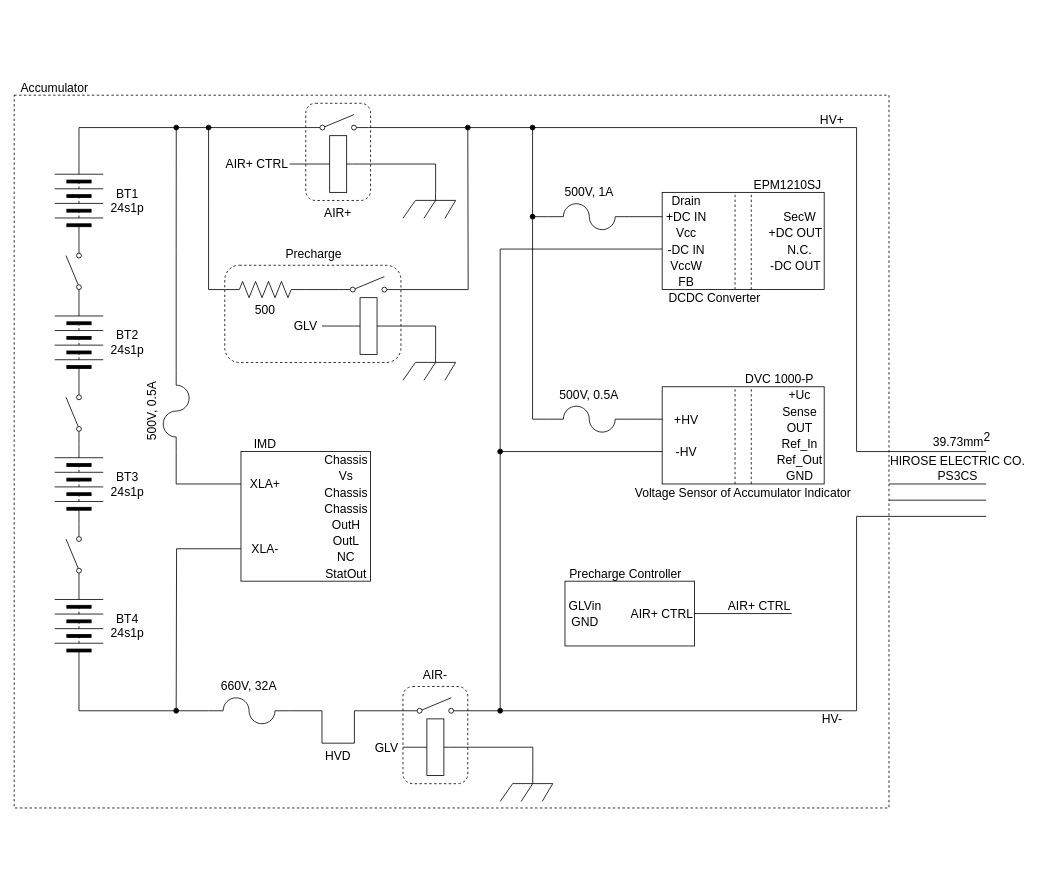
Earlier version of the draw.io diagram page "AccumulatorTSCircuit" (3 of 6) of EVCircuit.drawio (ST04-tkmr/drawio_Schematics). Source tidied: cells renumbered, new cells numbered last; positions are measured from the earlier drawing's top-left corner, leaving out a move shared by most shapes. Both pictures are drawn from the tidied source at 81%, with x=0, y=0 at pixel (14, 79).
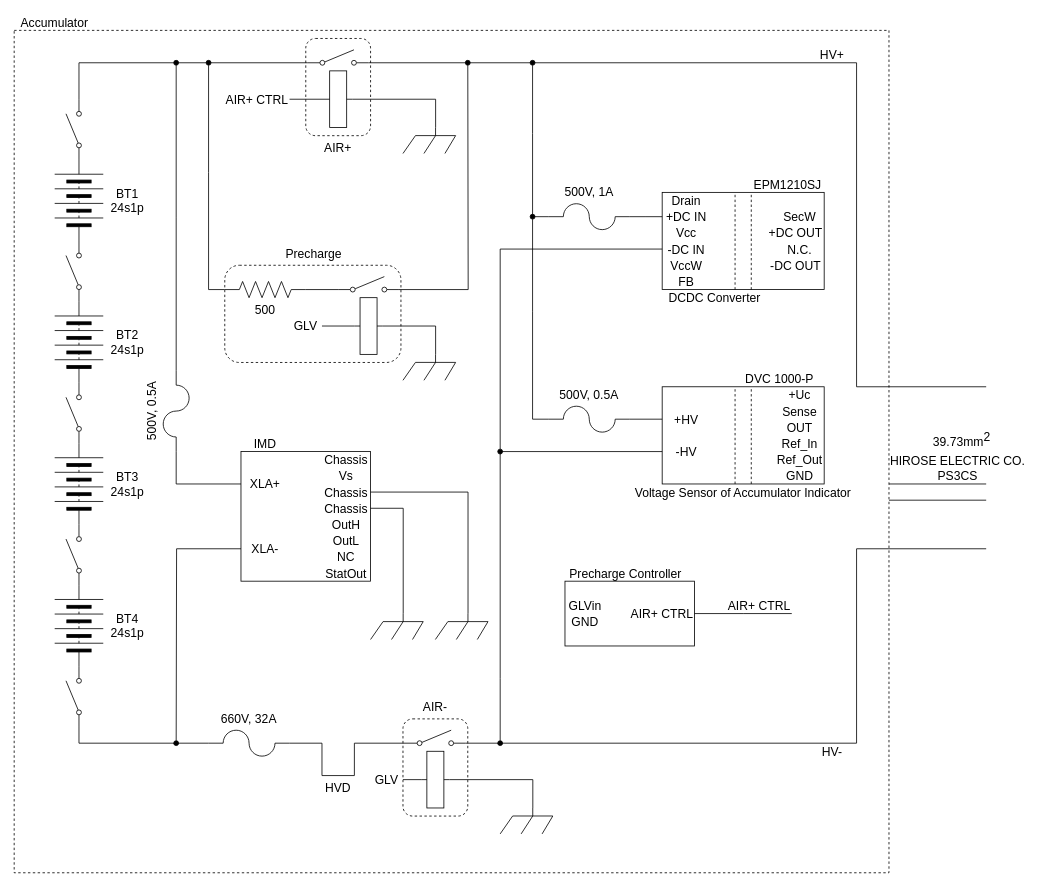
The same page after the edit.

Unchanged cells that the change refers to:
```xml
<mxCell id="4" style="verticalLabelPosition=bottom;shadow=0;dashed=0;align=center;html=1;verticalAlign=top;shape=mxgraph.electrical.miscellaneous.batteryStack;fontFamily=Helvetica;fontSize=11;fontColor=default;direction=north;" parent="1" vertex="1">
  <mxGeometry x="50" y="100" width="60" height="100" as="geometry" />
</mxCell>
<mxCell id="10" style="verticalLabelPosition=bottom;shadow=0;dashed=0;align=center;html=1;verticalAlign=top;shape=mxgraph.electrical.miscellaneous.batteryStack;fontFamily=Helvetica;fontSize=11;fontColor=default;direction=north;" parent="1" vertex="1">
  <mxGeometry x="50" y="625" width="60" height="100" as="geometry" />
</mxCell>
<mxCell id="15" style="html=1;shape=mxgraph.electrical.electro-mechanical.singleSwitch;elSwitchState=off;direction=east;" parent="11" vertex="1">
  <mxGeometry x="2.5" y="14" width="75" height="20" as="geometry" />
</mxCell>
<mxCell id="20" style="html=1;shape=mxgraph.electrical.electro-mechanical.singleSwitch;elSwitchState=off;" parent="17" vertex="1">
  <mxGeometry x="2.5" y="44" width="75" height="20" as="geometry" />
</mxCell>
<mxCell id="32" style="group;" parent="1" vertex="1">
  <mxGeometry x="280" y="440" width="160" height="180" as="geometry" />
</mxCell>
<mxCell id="36" value="XLA-" style="text;strokeColor=none;align=center;fillColor=none;html=1;verticalAlign=middle;whiteSpace=wrap;rounded=0;fontSize=15;fontFamily=Helvetica;fontColor=default;" parent="32" vertex="1">
  <mxGeometry y="130" width="60" height="20" as="geometry" />
</mxCell>
<mxCell id="40" value="Chassis" style="text;strokeColor=none;align=center;fillColor=none;html=1;verticalAlign=middle;whiteSpace=wrap;rounded=0;fontSize=15;fontFamily=Helvetica;fontColor=default;" parent="32" vertex="1">
  <mxGeometry x="100" y="60" width="60" height="20" as="geometry" />
</mxCell>
<mxCell id="41" value="Chassis" style="text;strokeColor=none;align=center;fillColor=none;html=1;verticalAlign=middle;whiteSpace=wrap;rounded=0;fontSize=15;fontFamily=Helvetica;fontColor=default;" parent="32" vertex="1">
  <mxGeometry x="100" y="80" width="60" height="20" as="geometry" />
</mxCell>
<mxCell id="47" style="verticalLabelPosition=bottom;shadow=0;dashed=0;align=center;html=1;verticalAlign=top;shape=mxgraph.electrical.miscellaneous.fuse_4;fontFamily=Helvetica;fontSize=11;fontColor=default;direction=south;" parent="1" vertex="1">
  <mxGeometry x="184" y="360" width="32" height="100" as="geometry" />
</mxCell>
<mxCell id="52" style="verticalLabelPosition=bottom;shadow=0;dashed=0;align=center;html=1;verticalAlign=top;shape=mxgraph.electrical.resistors.resistor_2;" parent="1" vertex="1">
  <mxGeometry x="260" y="250" width="100" height="20" as="geometry" />
</mxCell>
<mxCell id="57" style="html=1;shape=mxgraph.electrical.electro-mechanical.singleSwitch;elSwitchState=off;direction=east;" parent="1" vertex="1">
  <mxGeometry x="400" y="244" width="75" height="20" as="geometry" />
</mxCell>
<mxCell id="89" style="group;" parent="1" vertex="1">
  <mxGeometry x="800" y="360" width="270" height="170" as="geometry" />
</mxCell>
<mxCell id="93" value="-HV" style="text;strokeColor=none;align=center;fillColor=none;html=1;verticalAlign=middle;whiteSpace=wrap;rounded=0;fontSize=15;" parent="89" vertex="1">
  <mxGeometry y="90" width="60" height="20" as="geometry" />
</mxCell>
<mxCell id="105" style="verticalLabelPosition=bottom;shadow=0;dashed=0;align=center;html=1;verticalAlign=top;shape=mxgraph.electrical.miscellaneous.fuse_4;fontFamily=Helvetica;fontSize=11;fontColor=default;direction=west;" parent="1" vertex="1">
  <mxGeometry x="660" y="154" width="100" height="32" as="geometry" />
</mxCell>
```

Change to the diagram source:
```diff
@@
     <mxCell id="2" style="rounded=0;whiteSpace=wrap;html=1;fontFamily=Helvetica;fontSize=11;fontColor=default;strokeColor=default;fillColor=none;dashed=1;" parent="1" vertex="1">
-      <mxGeometry y="20" width="1080" height="880" as="geometry" />
+      <mxGeometry y="-60" width="1080" height="1040" as="geometry" />
     </mxCell>
-    <mxCell id="3" style="edgeStyle=orthogonalEdgeStyle;rounded=0;jettySize=auto;html=1;exitX=1;exitY=0.5;exitDx=0;exitDy=0;entryX=0;entryY=0.8;entryDx=0;entryDy=0;endArrow=none;endFill=0;" parent="1" edge="1" source="4" target="15">
-      <mxGeometry relative="1" as="geometry" />
-    </mxCell>
@@
     <mxCell id="11" style="group;" parent="1" vertex="1">
-      <mxGeometry x="360" y="30" width="80" height="150" as="geometry" />
+      <mxGeometry x="360" y="-50" width="80" height="150" as="geometry" />
     </mxCell>
@@
     <mxCell id="17" style="group;" parent="1" vertex="1">
-      <mxGeometry x="480" y="720" width="80" height="150" as="geometry" />
+      <mxGeometry x="480" y="760" width="80" height="150" as="geometry" />
     </mxCell>
@@
     <mxCell id="23" style="edgeStyle=orthogonalEdgeStyle;shape=connector;rounded=0;jettySize=auto;html=1;exitX=1;exitY=0.5;exitDx=0;exitDy=0;exitPerimeter=0;entryX=0;entryY=0.8;entryDx=0;entryDy=0;labelBackgroundColor=default;strokeColor=default;fontFamily=Helvetica;fontSize=11;fontColor=default;endArrow=none;endFill=0;" parent="1" edge="1" source="25" target="20">
       <mxGeometry relative="1" as="geometry">
         <Array as="points">
-          <mxPoint x="380" y="780" />
           <mxPoint x="380" y="820" />
+          <mxPoint x="380" y="860" />
+          <mxPoint x="420" y="860" />
           <mxPoint x="420" y="820" />
-          <mxPoint x="420" y="780" />
+          <mxPoint x="483" y="820" />
         </Array>
       </mxGeometry>
     </mxCell>
-    <mxCell id="24" style="edgeStyle=orthogonalEdgeStyle;shape=connector;rounded=0;jettySize=auto;html=1;exitX=0;exitY=0.5;exitDx=0;exitDy=0;exitPerimeter=0;entryX=0;entryY=0.5;entryDx=0;entryDy=0;labelBackgroundColor=default;strokeColor=default;fontFamily=Helvetica;fontSize=11;fontColor=default;endArrow=none;endFill=0;" parent="1" edge="1" source="25" target="10">
-      <mxGeometry relative="1" as="geometry" />
-    </mxCell>
+    <mxCell id="127" style="edgeStyle=orthogonalEdgeStyle;rounded=0;jettySize=auto;html=1;exitX=0;exitY=0.5;exitDx=0;exitDy=0;exitPerimeter=0;entryX=0;entryY=0.8;entryDx=0;entryDy=0;endArrow=none;endFill=0;" parent="1" edge="1" source="25" target="128">
+      <mxGeometry relative="1" as="geometry" />
+    </mxCell>
     <mxCell id="25" style="verticalLabelPosition=bottom;shadow=0;dashed=0;align=center;html=1;verticalAlign=top;shape=mxgraph.electrical.miscellaneous.fuse_4;" parent="1" vertex="1">
-      <mxGeometry x="240" y="764" width="100" height="32" as="geometry" />
+      <mxGeometry x="240" y="804" width="100" height="32" as="geometry" />
     </mxCell>
     <mxCell id="26" value="660V, 32A" style="text;strokeColor=none;align=center;fillColor=none;html=1;verticalAlign=middle;whiteSpace=wrap;rounded=0;fontSize=15;" parent="1" vertex="1">
-      <mxGeometry x="245" y="734" width="90" height="30" as="geometry" />
+      <mxGeometry x="245" y="774" width="90" height="30" as="geometry" />
     </mxCell>
@@
     <mxCell id="31" value="HVD" style="text;strokeColor=none;align=center;fillColor=none;html=1;verticalAlign=middle;whiteSpace=wrap;rounded=0;fontSize=15;fontFamily=Helvetica;fontColor=default;" parent="1" vertex="1">
-      <mxGeometry x="370" y="820" width="60" height="30" as="geometry" />
+      <mxGeometry x="370" y="860" width="60" height="30" as="geometry" />
     </mxCell>
@@
     <mxCell id="35" style="edgeStyle=orthogonalEdgeStyle;shape=connector;rounded=0;jettySize=auto;html=1;exitX=0;exitY=0.5;exitDx=0;exitDy=0;labelBackgroundColor=default;strokeColor=default;fontFamily=Helvetica;fontSize=11;fontColor=default;endArrow=oval;endFill=1;" parent="32" edge="1" source="36">
       <mxGeometry relative="1" as="geometry">
-        <mxPoint x="-80" y="340" as="targetPoint" />
+        <mxPoint x="-80" y="380" as="targetPoint" />
       </mxGeometry>
     </mxCell>
@@
     <mxCell id="46" style="edgeStyle=orthogonalEdgeStyle;shape=connector;rounded=0;jettySize=auto;html=1;exitX=0;exitY=0.5;exitDx=0;exitDy=0;exitPerimeter=0;labelBackgroundColor=default;strokeColor=default;fontFamily=Helvetica;fontSize=11;fontColor=default;endArrow=oval;endFill=1;" parent="1" edge="1" source="47">
       <mxGeometry relative="1" as="geometry">
-        <mxPoint x="200.1" y="60" as="targetPoint" />
+        <mxPoint x="200" y="-20" as="targetPoint" />
       </mxGeometry>
     </mxCell>
@@
     <mxCell id="51" style="edgeStyle=orthogonalEdgeStyle;shape=connector;rounded=0;jettySize=auto;html=1;exitX=0;exitY=0.5;exitDx=0;exitDy=0;exitPerimeter=0;labelBackgroundColor=default;strokeColor=default;fontFamily=Helvetica;fontSize=11;fontColor=default;endArrow=oval;endFill=1;" parent="1" edge="1" source="52">
       <mxGeometry relative="1" as="geometry">
-        <mxPoint x="240" y="60" as="targetPoint" />
+        <mxPoint x="240" y="-20" as="targetPoint" />
       </mxGeometry>
     </mxCell>
@@
     <mxCell id="56" style="edgeStyle=orthogonalEdgeStyle;shape=connector;rounded=0;jettySize=auto;html=1;exitX=1;exitY=0.8;exitDx=0;exitDy=0;labelBackgroundColor=default;strokeColor=default;fontFamily=Helvetica;fontSize=11;fontColor=default;endArrow=oval;endFill=1;" parent="1" edge="1" source="57">
       <mxGeometry relative="1" as="geometry">
-        <mxPoint x="560" y="60" as="targetPoint" />
+        <mxPoint x="560" y="-20" as="targetPoint" />
       </mxGeometry>
     </mxCell>
@@
     <mxCell id="63" style="verticalLabelPosition=bottom;shadow=0;dashed=0;align=center;html=1;verticalAlign=top;shape=mxgraph.electrical.miscellaneous.chassis;fontFamily=Helvetica;fontSize=11;fontColor=default;" parent="1" vertex="1">
-      <mxGeometry x="480" y="140" width="65" height="32" as="geometry" />
+      <mxGeometry x="480" y="60" width="65" height="32" as="geometry" />
     </mxCell>
@@
     <mxCell id="65" value="GLV" style="text;strokeColor=none;align=center;fillColor=none;html=1;verticalAlign=middle;whiteSpace=wrap;rounded=0;fontSize=15;fontFamily=Helvetica;fontColor=default;" parent="1" vertex="1">
-      <mxGeometry x="440" y="810" width="40" height="30" as="geometry" />
+      <mxGeometry x="440" y="850" width="40" height="30" as="geometry" />
     </mxCell>
@@
     <mxCell id="68" style="verticalLabelPosition=bottom;shadow=0;dashed=0;align=center;html=1;verticalAlign=top;shape=mxgraph.electrical.miscellaneous.chassis;fontFamily=Helvetica;fontSize=11;fontColor=default;" parent="1" vertex="1">
-      <mxGeometry x="600" y="860" width="65" height="32" as="geometry" />
+      <mxGeometry x="600" y="900" width="65" height="32" as="geometry" />
     </mxCell>
     <mxCell id="69" value="AIR+ CTRL" style="text;strokeColor=none;align=center;fillColor=none;html=1;verticalAlign=middle;whiteSpace=wrap;rounded=0;fontSize=15;fontFamily=Helvetica;fontColor=default;" parent="1" vertex="1">
-      <mxGeometry x="260" y="95" width="80" height="20" as="geometry" />
+      <mxGeometry x="260" y="15" width="80" height="20" as="geometry" />
     </mxCell>
@@
     <mxCell id="92" style="edgeStyle=orthogonalEdgeStyle;shape=connector;rounded=0;jettySize=auto;html=1;exitX=0;exitY=0.5;exitDx=0;exitDy=0;labelBackgroundColor=default;strokeColor=default;fontFamily=Helvetica;fontSize=11;fontColor=default;endArrow=oval;endFill=1;" parent="89" edge="1" source="93">
       <mxGeometry relative="1" as="geometry">
-        <mxPoint x="-200" y="420" as="targetPoint" />
+        <mxPoint x="-200" y="460" as="targetPoint" />
         <Array as="points">
           <mxPoint x="-200" y="100" />
           <mxPoint x="-200" y="380" />
         </Array>
       </mxGeometry>
     </mxCell>
@@
     <mxCell id="104" style="edgeStyle=orthogonalEdgeStyle;shape=connector;rounded=0;jettySize=auto;html=1;exitX=1;exitY=0.5;exitDx=0;exitDy=0;exitPerimeter=0;labelBackgroundColor=default;strokeColor=default;fontFamily=Helvetica;fontSize=11;fontColor=default;endArrow=oval;endFill=1;" parent="1" edge="1" source="105">
       <mxGeometry relative="1" as="geometry">
-        <mxPoint x="640" y="60" as="targetPoint" />
+        <mxPoint x="640" y="-20" as="targetPoint" />
       </mxGeometry>
     </mxCell>
@@
     <mxCell id="120" value="HV+" style="text;strokeColor=none;align=center;fillColor=none;html=1;verticalAlign=middle;whiteSpace=wrap;rounded=0;fontSize=15;fontFamily=Helvetica;fontColor=default;" parent="1" vertex="1">
-      <mxGeometry x="980" y="40" width="60" height="20" as="geometry" />
+      <mxGeometry x="980" y="-40" width="60" height="20" as="geometry" />
     </mxCell>
@@
     <mxCell id="124" value="Accumulator" style="text;strokeColor=none;align=center;fillColor=none;html=1;verticalAlign=middle;whiteSpace=wrap;rounded=0;fontSize=15;fontFamily=Helvetica;fontColor=default;" parent="1" vertex="1">
-      <mxGeometry width="100" height="20" as="geometry" />
+      <mxGeometry y="-80" width="100" height="20" as="geometry" />
     </mxCell>
     <mxCell id="125" value="HV-" style="text;strokeColor=none;align=center;fillColor=none;html=1;verticalAlign=middle;whiteSpace=wrap;rounded=0;fontSize=15;fontFamily=Helvetica;fontColor=default;" parent="1" vertex="1">
-      <mxGeometry x="980" y="780" width="60" height="20" as="geometry" />
+      <mxGeometry x="980" y="820" width="60" height="20" as="geometry" />
     </mxCell>
@@
+    <mxCell id="128" style="html=1;shape=mxgraph.electrical.electro-mechanical.singleSwitch;elSwitchState=off;direction=north;" parent="1" vertex="1">
+      <mxGeometry x="64" y="725" width="20" height="75" as="geometry" />
+    </mxCell>
+    <mxCell id="129" style="html=1;shape=mxgraph.electrical.electro-mechanical.singleSwitch;elSwitchState=off;direction=north;" parent="1" vertex="1">
+      <mxGeometry x="64" y="25" width="20" height="75" as="geometry" />
+    </mxCell>
+    <mxCell id="130" style="edgeStyle=orthogonalEdgeStyle;rounded=0;jettySize=auto;html=1;exitX=0;exitY=0.8;exitDx=0;exitDy=0;entryX=1;entryY=0.8;entryDx=0;entryDy=0;endArrow=none;endFill=0;" parent="1" edge="1" source="15" target="129">
+      <mxGeometry relative="1" as="geometry" />
+    </mxCell>
+    <mxCell id="131" style="verticalLabelPosition=bottom;shadow=0;dashed=0;align=center;html=1;verticalAlign=top;shape=mxgraph.electrical.miscellaneous.chassis;fontFamily=Helvetica;fontSize=11;fontColor=default;" parent="1" vertex="1">
+      <mxGeometry x="520" y="660" width="65" height="32" as="geometry" />
+    </mxCell>
+    <mxCell id="132" style="edgeStyle=orthogonalEdgeStyle;rounded=0;jettySize=auto;html=1;exitX=0.62;exitY=0;exitDx=0;exitDy=0;exitPerimeter=0;entryX=1;entryY=0.5;entryDx=0;entryDy=0;endArrow=none;endFill=0;" parent="1" edge="1" source="133" target="41">
+      <mxGeometry relative="1" as="geometry" />
+    </mxCell>
+    <mxCell id="133" style="verticalLabelPosition=bottom;shadow=0;dashed=0;align=center;html=1;verticalAlign=top;shape=mxgraph.electrical.miscellaneous.chassis;fontFamily=Helvetica;fontSize=11;fontColor=default;" parent="1" vertex="1">
+      <mxGeometry x="440" y="660" width="65" height="32" as="geometry" />
+    </mxCell>
+    <mxCell id="134" style="edgeStyle=orthogonalEdgeStyle;rounded=0;jettySize=auto;html=1;exitX=1;exitY=0.5;exitDx=0;exitDy=0;entryX=0.62;entryY=0;entryDx=0;entryDy=0;entryPerimeter=0;endArrow=none;endFill=0;" parent="1" edge="1" source="40" target="131">
+      <mxGeometry relative="1" as="geometry" />
+    </mxCell>
```
